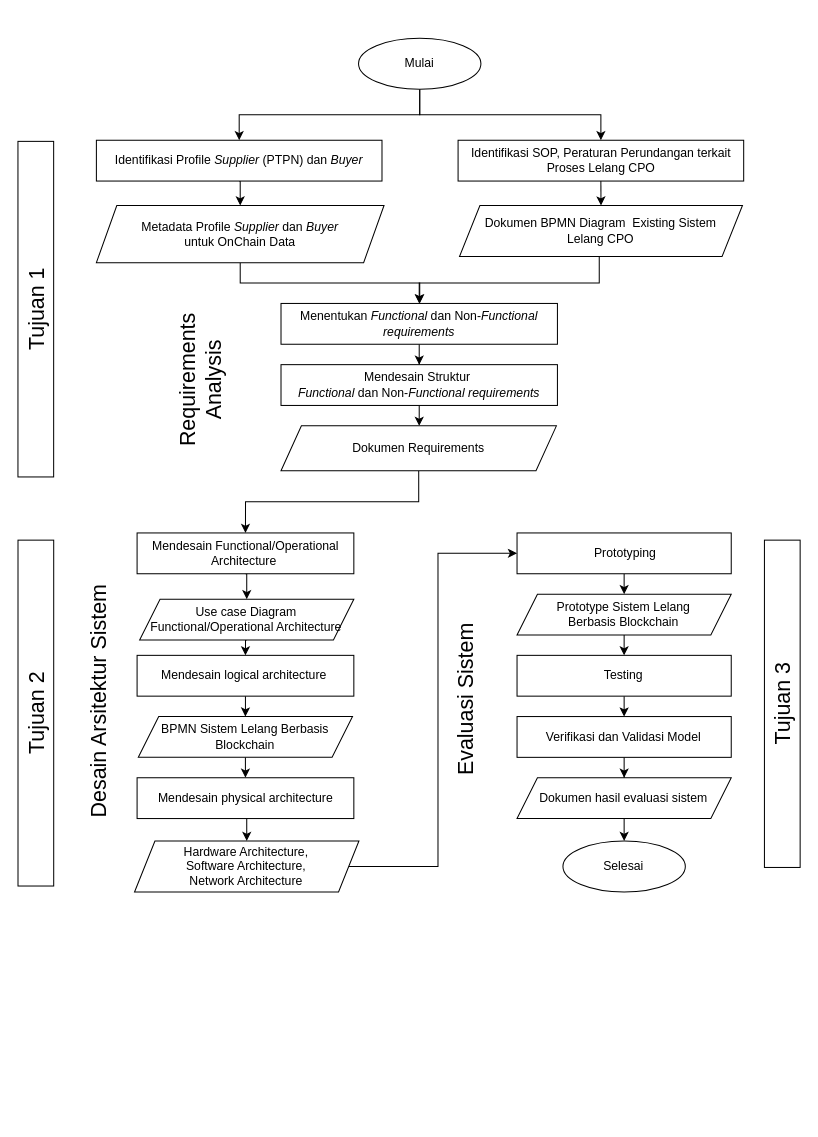
ariesharry/Diagrams keeps this draw.io diagram as Method BPDPKS New.drawio. Above is the earlier version. Source tidied: cells renumbered, new cells numbered last; positions are measured from the earlier drawing's top-left corner, leaving out a move shared by most shapes. Both pictures are drawn from the tidied source at 102%, with x=0, y=0 at pixel (-138, 38).
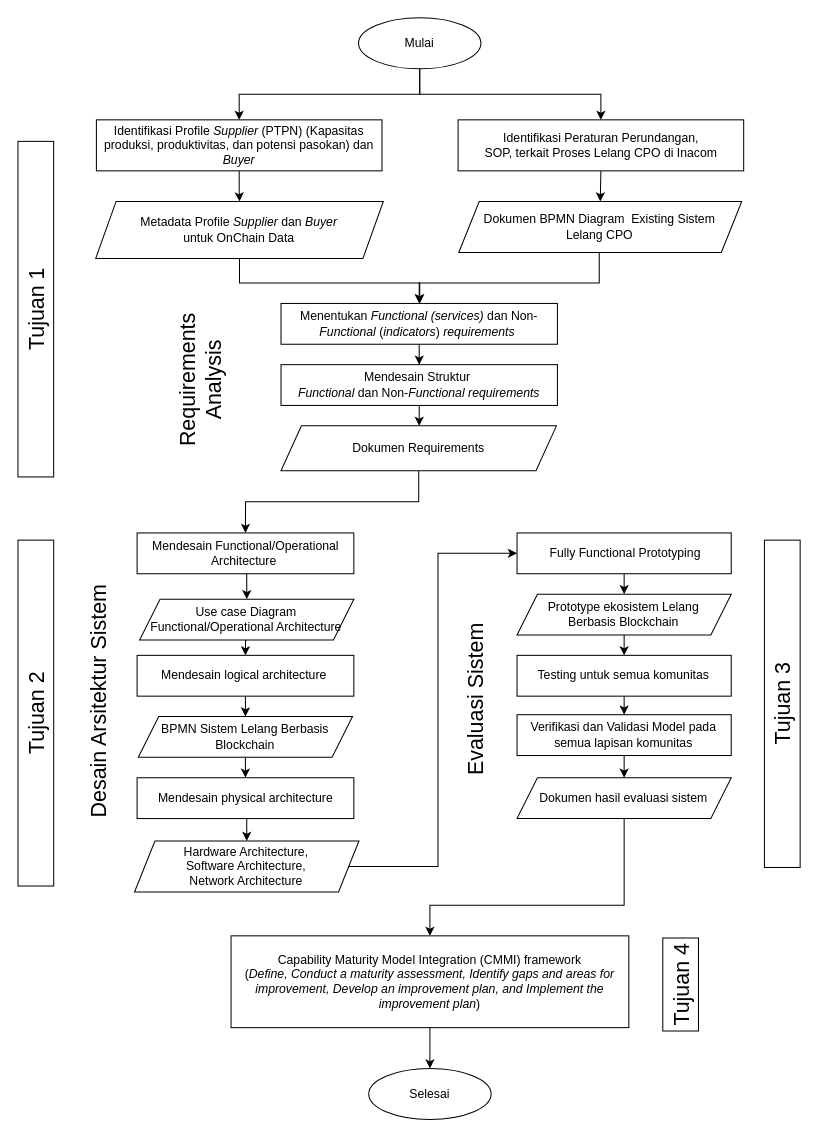
The same diagram, later.

The change refers to these unchanged cells:
```xml
<mxCell id="21" value="Dokumen hasil evaluasi sistem" style="shape=parallelogram;perimeter=parallelogramPerimeter;whiteSpace=wrap;html=1;fixedSize=1;" parent="1" vertex="1">
  <mxGeometry x="641.4" y="725" width="210" height="40" as="geometry" />
</mxCell>
```

What changed in the source:
```diff
@@
     <mxCell id="4" value="Mulai" style="ellipse;whiteSpace=wrap;html=1;" parent="1" vertex="1">
-      <mxGeometry x="486" width="120" height="50" as="geometry" />
+      <mxGeometry x="486" y="-20" width="120" height="50" as="geometry" />
     </mxCell>
-    <mxCell id="5" value="Selesai" style="ellipse;whiteSpace=wrap;html=1;" parent="1" vertex="1">
-      <mxGeometry x="686.4" y="787" width="120" height="50" as="geometry" />
-    </mxCell>
@@
-    <mxCell id="7" value="&lt;span lang=&quot;EN-US&quot;&gt;Menentukan &lt;i&gt;Functional &lt;/i&gt;dan Non-&lt;i&gt;Functional&lt;/i&gt; &lt;i&gt;requirements&lt;/i&gt;&lt;/span&gt;" style="rounded=0;whiteSpace=wrap;html=1;" parent="1" vertex="1">
+    <mxCell id="7" value="&lt;span lang=&quot;EN-US&quot;&gt;Menentukan &lt;i&gt;Functional (services)&amp;nbsp;&lt;/i&gt;dan Non-&lt;i&gt;Functional&lt;/i&gt;&amp;nbsp;(&lt;i&gt;indicators&lt;/i&gt;)&amp;nbsp;&lt;i&gt;requirements&amp;nbsp;&lt;/i&gt;&lt;/span&gt;" style="rounded=0;whiteSpace=wrap;html=1;" parent="1" vertex="1">
       <mxGeometry x="410" y="260" width="271" height="40" as="geometry" />
     </mxCell>
@@
-    <mxCell id="15" value="&amp;nbsp;Prototyping" style="rounded=0;whiteSpace=wrap;html=1;" parent="1" vertex="1">
+    <mxCell id="15" value="&amp;nbsp;Fully Functional Prototyping" style="rounded=0;whiteSpace=wrap;html=1;" parent="1" vertex="1">
       <mxGeometry x="641.4" y="485" width="210" height="40" as="geometry" />
     </mxCell>
@@
-    <mxCell id="17" value="Prototype Sistem Lelang &lt;br&gt;Berbasis Blockchain" style="shape=parallelogram;perimeter=parallelogramPerimeter;whiteSpace=wrap;html=1;fixedSize=1;" parent="1" vertex="1">
+    <mxCell id="17" value="Prototype ekosistem Lelang &lt;br&gt;Berbasis Blockchain" style="shape=parallelogram;perimeter=parallelogramPerimeter;whiteSpace=wrap;html=1;fixedSize=1;" parent="1" vertex="1">
       <mxGeometry x="641.4" y="545" width="210" height="40" as="geometry" />
     </mxCell>
@@
-    <mxCell id="19" value="Testing" style="rounded=0;whiteSpace=wrap;html=1;" parent="1" vertex="1">
+    <mxCell id="19" value="Testing untuk semua komunitas" style="rounded=0;whiteSpace=wrap;html=1;" parent="1" vertex="1">
       <mxGeometry x="641.4" y="605" width="210" height="40" as="geometry" />
     </mxCell>
-    <mxCell id="20" style="edgeStyle=orthogonalEdgeStyle;rounded=0;jettySize=auto;html=1;exitX=0.5;exitY=1;exitDx=0;exitDy=0;entryX=0.5;entryY=0;entryDx=0;entryDy=0;" parent="1" edge="1" source="21" target="5">
-      <mxGeometry relative="1" as="geometry" />
-    </mxCell>
+    <mxCell id="48" style="edgeStyle=orthogonalEdgeStyle;rounded=0;jettySize=auto;html=1;exitX=0.5;exitY=1;exitDx=0;exitDy=0;entryX=0.5;entryY=0;entryDx=0;entryDy=0;" parent="1" edge="1" source="21" target="50">
+      <mxGeometry relative="1" as="geometry">
+        <Array as="points">
+          <mxPoint x="746" y="850" />
+          <mxPoint x="556" y="850" />
+        </Array>
+      </mxGeometry>
+    </mxCell>
@@
-    <mxCell id="29" value="Verifikasi dan Validasi Model" style="rounded=0;whiteSpace=wrap;html=1;" parent="1" vertex="1">
-      <mxGeometry x="641.4" y="665" width="210" height="40" as="geometry" />
+    <mxCell id="29" value="Verifikasi dan Validasi Model pada semua lapisan komunitas" style="rounded=0;whiteSpace=wrap;html=1;" parent="1" vertex="1">
+      <mxGeometry x="641.4" y="663.2" width="210" height="40" as="geometry" />
     </mxCell>
     <mxCell id="30" style="edgeStyle=orthogonalEdgeStyle;rounded=0;jettySize=auto;html=1;exitX=0.5;exitY=1;exitDx=0;exitDy=0;entryX=0.5;entryY=0;entryDx=0;entryDy=0;" parent="1" edge="1" source="31" target="33">
-      <mxGeometry relative="1" as="geometry" />
+      <mxGeometry relative="1" as="geometry">
+        <Array as="points">
+          <mxPoint x="369" y="150" />
+          <mxPoint x="370" y="150" />
+        </Array>
+      </mxGeometry>
     </mxCell>
-    <mxCell id="31" value="Identifikasi Profile &lt;i&gt;Supplier &lt;/i&gt;(PTPN) dan &lt;i&gt;Buyer&lt;/i&gt;" style="rounded=0;whiteSpace=wrap;html=1;" parent="1" vertex="1">
-      <mxGeometry x="229" y="100" width="280" height="40" as="geometry" />
+    <mxCell id="31" value="Identifikasi Profile &lt;i&gt;Supplier &lt;/i&gt;(PTPN) (Kapasitas produksi, produktivitas, dan potensi pasokan) dan &lt;i&gt;Buyer&lt;/i&gt;" style="rounded=0;whiteSpace=wrap;html=1;" parent="1" vertex="1">
+      <mxGeometry x="229" y="80" width="280" height="50" as="geometry" />
     </mxCell>
@@
     <mxCell id="33" value="Metadata Profile &lt;i&gt;Supplier &lt;/i&gt;dan &lt;i&gt;Buyer&lt;br&gt;&lt;/i&gt;untuk OnChain Data" style="shape=parallelogram;perimeter=parallelogramPerimeter;whiteSpace=wrap;html=1;fixedSize=1;" parent="1" vertex="1">
-      <mxGeometry x="229" y="164" width="282" height="56" as="geometry" />
+      <mxGeometry x="228.3" y="160" width="282" height="56" as="geometry" />
     </mxCell>
@@
-    <mxCell id="35" value="Identifikasi SOP, Peraturan Perundangan terkait Proses Lelang CPO" style="rounded=0;whiteSpace=wrap;html=1;" parent="1" vertex="1">
-      <mxGeometry x="583.6" y="100" width="280" height="40" as="geometry" />
+    <mxCell id="35" value="Identifikasi Peraturan Perundangan,&lt;br&gt;SOP, terkait Proses Lelang CPO di Inacom" style="rounded=0;whiteSpace=wrap;html=1;" parent="1" vertex="1">
+      <mxGeometry x="583.6" y="80" width="280" height="50" as="geometry" />
     </mxCell>
@@
     <mxCell id="37" value="Dokumen BPMN Diagram&amp;nbsp; Existing Sistem&lt;br&gt;Lelang CPO" style="shape=parallelogram;perimeter=parallelogramPerimeter;whiteSpace=wrap;html=1;fixedSize=1;" parent="1" vertex="1">
-      <mxGeometry x="585" y="164" width="277.4" height="50" as="geometry" />
+      <mxGeometry x="584.3" y="160" width="277.4" height="50" as="geometry" />
     </mxCell>
@@
     <mxCell id="46" value="Evaluasi Sistem" style="text;html=1;strokeColor=none;fillColor=none;align=center;verticalAlign=middle;whiteSpace=wrap;rounded=0;rotation=-90;fontStyle=0;fontSize=21;" parent="1" vertex="1">
-      <mxGeometry x="441" y="633.2" width="300" height="30" as="geometry" />
+      <mxGeometry x="451" y="633.2" width="300" height="30" as="geometry" />
     </mxCell>
@@
+    <mxCell id="49" style="edgeStyle=orthogonalEdgeStyle;rounded=0;jettySize=auto;html=1;exitX=0.5;exitY=1;exitDx=0;exitDy=0;entryX=0.5;entryY=0;entryDx=0;entryDy=0;" parent="1" edge="1" source="50" target="5">
+      <mxGeometry relative="1" as="geometry" />
+    </mxCell>
+    <mxCell id="50" value="Capability Maturity Model Integration (CMMI) framework (&lt;i&gt;Define,&amp;nbsp;Conduct a maturity assessment,&amp;nbsp;Identify gaps and areas for improvement,&amp;nbsp;Develop an improvement plan, and&amp;nbsp;Implement the improvement plan&lt;/i&gt;)" style="rounded=0;whiteSpace=wrap;html=1;" parent="1" vertex="1">
+      <mxGeometry x="361" y="880" width="390" height="90" as="geometry" />
+    </mxCell>
+    <mxCell id="5" value="Selesai" style="ellipse;whiteSpace=wrap;html=1;" parent="1" vertex="1">
+      <mxGeometry x="496" y="1010" width="120" height="50" as="geometry" />
+    </mxCell>
+    <mxCell id="51" value="Tujuan 4" style="rounded=0;whiteSpace=wrap;html=1;fontSize=21;rotation=-90;" parent="1" vertex="1">
+      <mxGeometry x="756.2" y="910.2" width="91.2" height="35" as="geometry" />
+    </mxCell>
```
